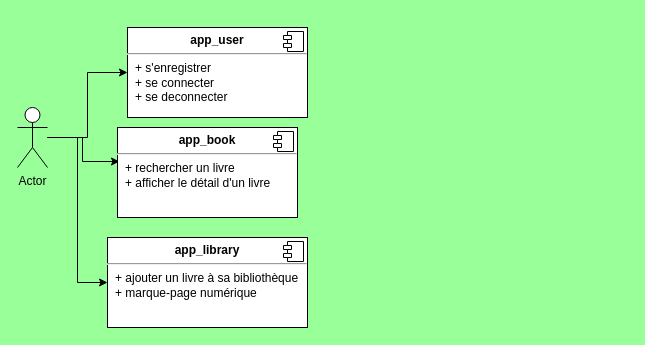
This is doc/parcour utilisateur.drawio from jbbaillet85/veille_tracking, a draw.io file, before an edit. Source tidied: cells renumbered, new cells numbered last; positions are measured from the earlier drawing's top-left corner, leaving out a move shared by most shapes. Both pictures are drawn from the tidied source at 100%, with x=0, y=0 at pixel (17, 27).
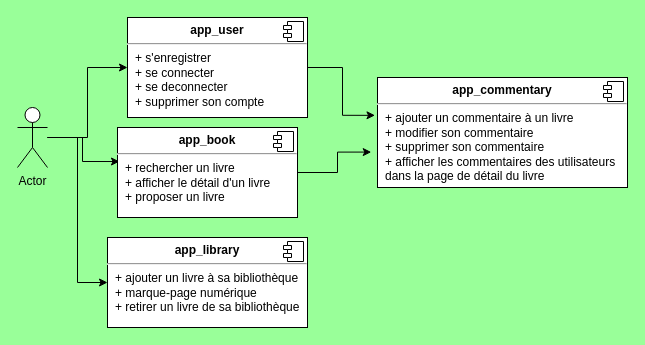
Above is the later version.

Change to the diagram source:
```diff
@@
 <mxGraphModel background="#99FF99">
   <root>
     <mxCell id="0" />
     <mxCell id="1" parent="0" />
     <mxCell id="2" style="edgeStyle=orthogonalEdgeStyle;rounded=0;jettySize=auto;html=1;entryX=0;entryY=0.5;entryDx=0;entryDy=0;" parent="1" edge="1" source="5" target="6">
       <mxGeometry relative="1" as="geometry" />
     </mxCell>
     <mxCell id="3" style="edgeStyle=orthogonalEdgeStyle;rounded=0;jettySize=auto;html=1;entryX=0.011;entryY=0.378;entryDx=0;entryDy=0;entryPerimeter=0;" parent="1" edge="1" source="5" target="8">
       <mxGeometry relative="1" as="geometry" />
     </mxCell>
     <mxCell id="4" style="edgeStyle=orthogonalEdgeStyle;rounded=0;jettySize=auto;html=1;entryX=0;entryY=0.5;entryDx=0;entryDy=0;" parent="1" edge="1" source="5" target="10">
       <mxGeometry relative="1" as="geometry" />
     </mxCell>
     <mxCell id="5" value="Actor" style="shape=umlActor;verticalLabelPosition=bottom;verticalAlign=top;html=1;outlineConnect=0;" parent="1" vertex="1">
       <mxGeometry y="80" width="30" height="60" as="geometry" />
     </mxCell>
+    <mxCell id="12" style="edgeStyle=orthogonalEdgeStyle;rounded=0;jettySize=auto;html=1;entryX=-0.01;entryY=0.344;entryDx=0;entryDy=0;entryPerimeter=0;" parent="1" edge="1" source="6" target="14">
+      <mxGeometry relative="1" as="geometry" />
+    </mxCell>
-    <mxCell id="6" value="&lt;p style=&quot;margin: 0px ; margin-top: 6px ; text-align: center&quot;&gt;&lt;b&gt;app_user&lt;/b&gt;&lt;/p&gt;&lt;hr&gt;&lt;p style=&quot;margin: 0px ; margin-left: 8px&quot;&gt;+ s'enregistrer&lt;/p&gt;&lt;p style=&quot;margin: 0px ; margin-left: 8px&quot;&gt;+ se connecter&lt;/p&gt;&lt;p style=&quot;margin: 0px ; margin-left: 8px&quot;&gt;+ se deconnecter&lt;/p&gt;" style="align=left;overflow=fill;html=1;" parent="1" vertex="1">
-      <mxGeometry x="110" width="180" height="90" as="geometry" />
+    <mxCell id="6" value="&lt;p style=&quot;margin: 0px ; margin-top: 6px ; text-align: center&quot;&gt;&lt;b&gt;app_user&lt;/b&gt;&lt;/p&gt;&lt;hr&gt;&lt;p style=&quot;margin: 0px ; margin-left: 8px&quot;&gt;+ s'enregistrer&lt;/p&gt;&lt;p style=&quot;margin: 0px ; margin-left: 8px&quot;&gt;+ se connecter&lt;/p&gt;&lt;p style=&quot;margin: 0px ; margin-left: 8px&quot;&gt;+ se deconnecter&lt;/p&gt;&lt;p style=&quot;margin: 0px ; margin-left: 8px&quot;&gt;+ supprimer son compte&lt;/p&gt;" style="align=left;overflow=fill;html=1;" parent="1" vertex="1">
+      <mxGeometry x="110" y="-10" width="180" height="100" as="geometry" />
     </mxCell>
     <mxCell id="7" style="shape=component;jettyWidth=8;jettyHeight=4;" parent="6" vertex="1">
       <mxGeometry x="1" width="20" height="20" relative="1" as="geometry">
         <mxPoint x="-24" y="4" as="offset" />
       </mxGeometry>
     </mxCell>
+    <mxCell id="13" style="edgeStyle=orthogonalEdgeStyle;rounded=0;jettySize=auto;html=1;entryX=-0.025;entryY=0.678;entryDx=0;entryDy=0;entryPerimeter=0;" parent="1" edge="1" source="8" target="14">
+      <mxGeometry relative="1" as="geometry" />
+    </mxCell>
-    <mxCell id="8" value="&lt;p style=&quot;margin: 0px ; margin-top: 6px ; text-align: center&quot;&gt;&lt;b&gt;app_book&lt;/b&gt;&lt;/p&gt;&lt;hr&gt;&lt;p style=&quot;margin: 0px ; margin-left: 8px&quot;&gt;+ rechercher un livre&lt;/p&gt;&lt;p style=&quot;margin: 0px ; margin-left: 8px&quot;&gt;+ afficher le détail d'un livre&lt;/p&gt;" style="align=left;overflow=fill;html=1;" parent="1" vertex="1">
+    <mxCell id="8" value="&lt;p style=&quot;margin: 0px ; margin-top: 6px ; text-align: center&quot;&gt;&lt;b&gt;app_book&lt;/b&gt;&lt;/p&gt;&lt;hr&gt;&lt;p style=&quot;margin: 0px ; margin-left: 8px&quot;&gt;+ rechercher un livre&lt;/p&gt;&lt;p style=&quot;margin: 0px ; margin-left: 8px&quot;&gt;+ afficher le détail d'un livre&lt;/p&gt;&lt;p style=&quot;margin: 0px ; margin-left: 8px&quot;&gt;+ proposer un livre&lt;/p&gt;" style="align=left;overflow=fill;html=1;" parent="1" vertex="1">
       <mxGeometry x="100" y="100" width="180" height="90" as="geometry" />
     </mxCell>
     <mxCell id="9" style="shape=component;jettyWidth=8;jettyHeight=4;" parent="8" vertex="1">
       <mxGeometry x="1" width="20" height="20" relative="1" as="geometry">
         <mxPoint x="-24" y="4" as="offset" />
       </mxGeometry>
     </mxCell>
-    <mxCell id="10" value="&lt;p style=&quot;margin: 0px ; margin-top: 6px ; text-align: center&quot;&gt;&lt;b&gt;app_library&lt;/b&gt;&lt;/p&gt;&lt;hr&gt;&lt;p style=&quot;margin: 0px ; margin-left: 8px&quot;&gt;+ ajouter un livre à sa bibliothèque&lt;br&gt;+ marque-page numérique&lt;/p&gt;" style="align=left;overflow=fill;html=1;" parent="1" vertex="1">
+    <mxCell id="10" value="&lt;p style=&quot;margin: 0px ; margin-top: 6px ; text-align: center&quot;&gt;&lt;b&gt;app_library&lt;/b&gt;&lt;/p&gt;&lt;hr&gt;&lt;p style=&quot;margin: 0px ; margin-left: 8px&quot;&gt;+ ajouter un livre à sa bibliothèque&lt;br&gt;+ marque-page numérique&lt;/p&gt;&lt;p style=&quot;margin: 0px ; margin-left: 8px&quot;&gt;+ retirer un livre de sa bibliothèque&lt;/p&gt;" style="align=left;overflow=fill;html=1;" parent="1" vertex="1">
       <mxGeometry x="90" y="210" width="200" height="90" as="geometry" />
     </mxCell>
     <mxCell id="11" style="shape=component;jettyWidth=8;jettyHeight=4;" parent="10" vertex="1">
       <mxGeometry x="1" width="20" height="20" relative="1" as="geometry">
         <mxPoint x="-24" y="4" as="offset" />
       </mxGeometry>
     </mxCell>
+    <mxCell id="14" value="&lt;p style=&quot;margin: 0px ; margin-top: 6px ; text-align: center&quot;&gt;&lt;b&gt;app_commentary&lt;/b&gt;&lt;/p&gt;&lt;hr&gt;&lt;p style=&quot;margin: 0px ; margin-left: 8px&quot;&gt;+ ajouter un commentaire à un livre&lt;br&gt;+ modifier son commentaire&lt;/p&gt;&lt;p style=&quot;margin: 0px ; margin-left: 8px&quot;&gt;+ supprimer son commentaire&lt;/p&gt;&lt;p style=&quot;margin: 0px ; margin-left: 8px&quot;&gt;+ afficher les commentaires des utilisateurs&amp;nbsp;&lt;/p&gt;&lt;p style=&quot;margin: 0px ; margin-left: 8px&quot;&gt;dans la page de détail du livre&lt;/p&gt;" style="align=left;overflow=fill;html=1;" parent="1" vertex="1">
+      <mxGeometry x="360" y="50" width="250" height="110" as="geometry" />
+    </mxCell>
+    <mxCell id="15" style="shape=component;jettyWidth=8;jettyHeight=4;" parent="14" vertex="1">
+      <mxGeometry x="1" width="20" height="20" relative="1" as="geometry">
+        <mxPoint x="-24" y="4" as="offset" />
+      </mxGeometry>
+    </mxCell>
   </root>
 </mxGraphModel>
```
